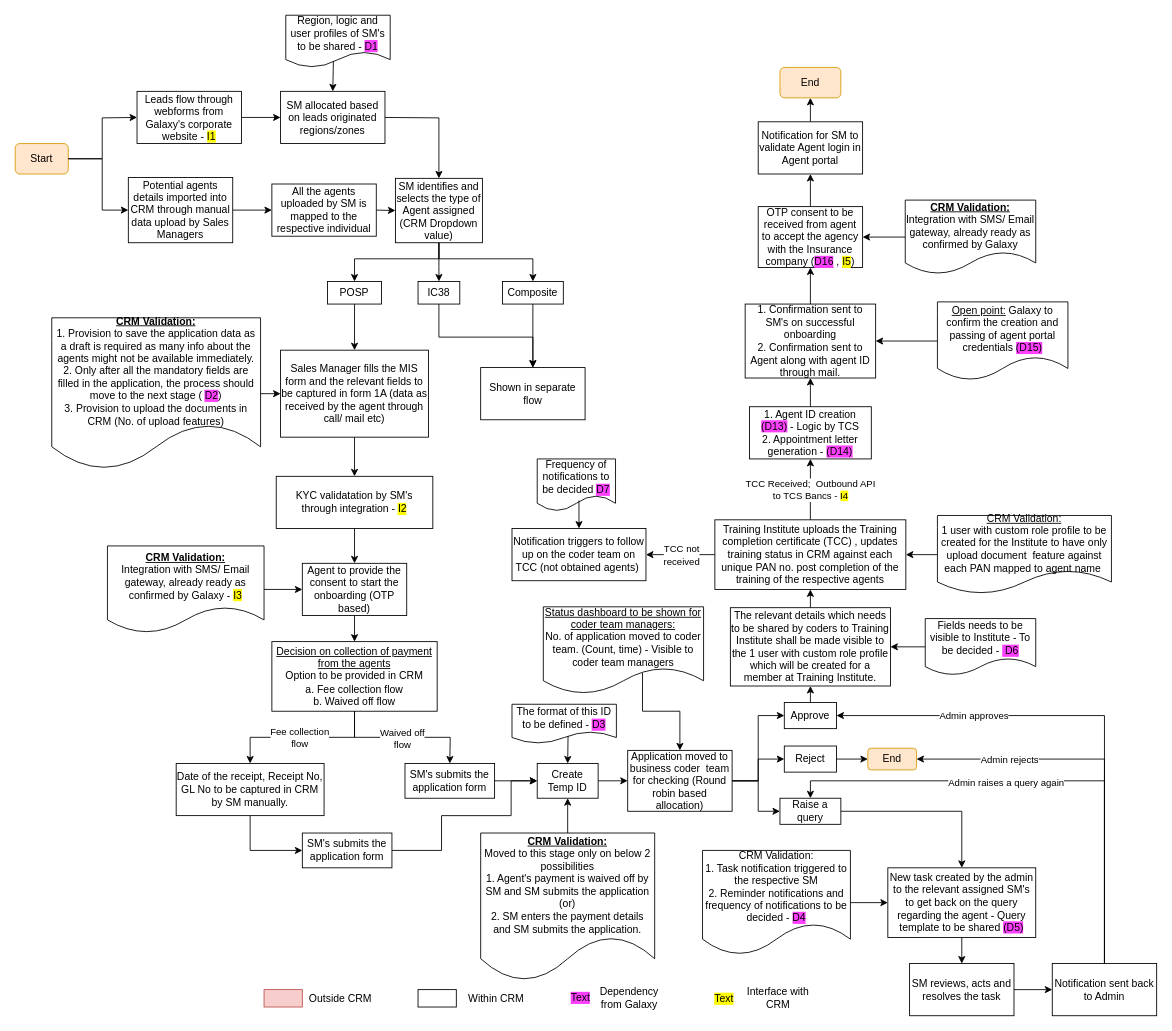
The draw.io diagram Agent Onboarding POSP.drawio in shaileshsreedar/Galaxy, before the edit. Source tidied: cells renumbered, new cells numbered last; positions are measured from the earlier drawing's top-left corner, leaving out a move shared by most shapes. Both pictures are drawn from the tidied source at 87%, with x=0, y=0 at pixel (15, 15).
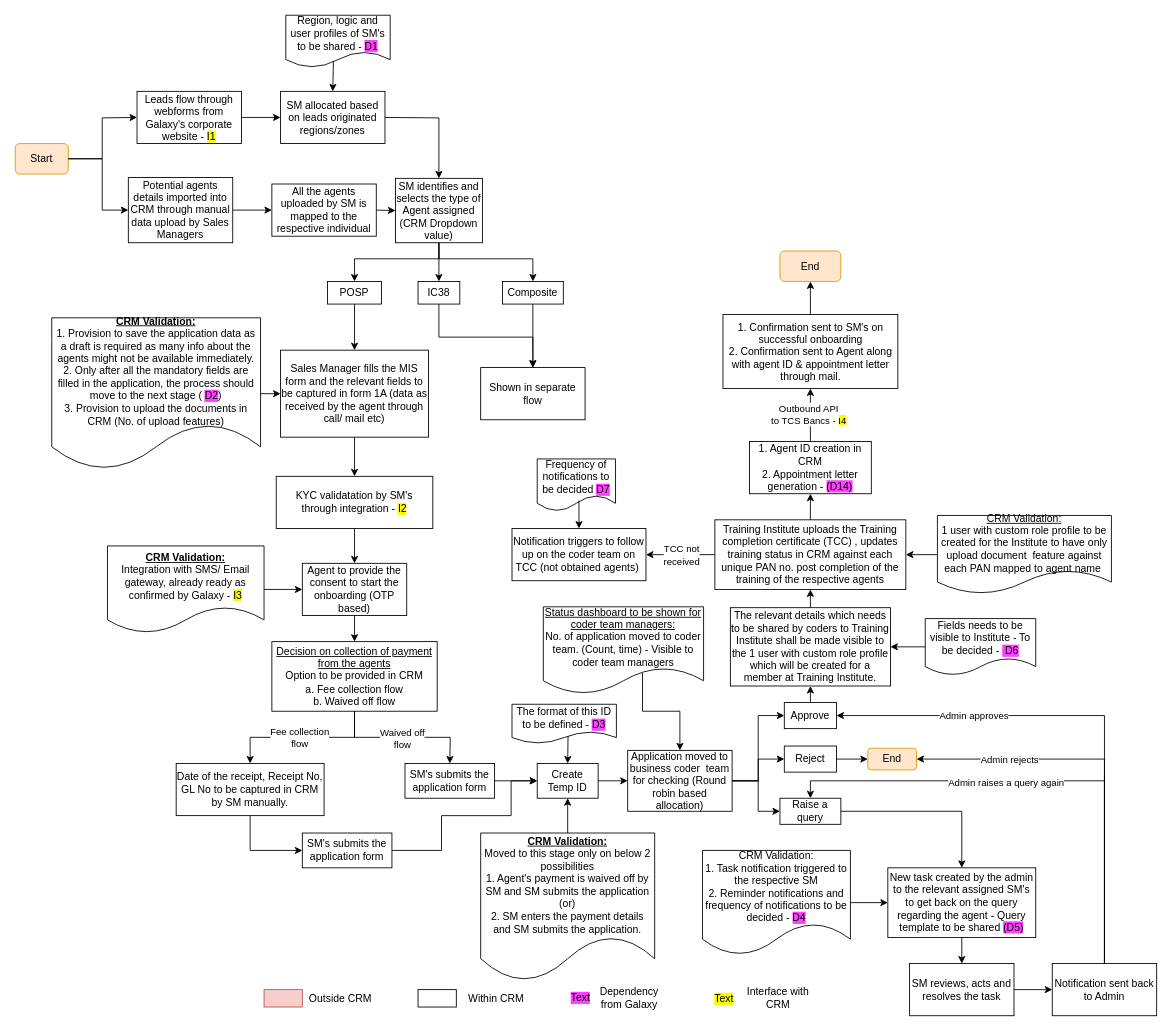
Above is the later version.

Unchanged cells that the change refers to:
```xml
<mxCell id="74" style="endArrow=classic;html=1;rounded=0;exitX=0.5;exitY=0;exitDx=0;exitDy=0;entryX=0.5;entryY=1;entryDx=0;entryDy=0;" parent="1" edge="1" source="67" target="68">
  <mxGeometry relative="1" as="geometry" />
</mxCell>
<mxCell id="108" style="endArrow=classic;html=1;rounded=0;exitX=0.5;exitY=0;exitDx=0;exitDy=0;entryX=0.5;entryY=1;entryDx=0;entryDy=0;" parent="1" edge="1" source="63" target="67">
  <mxGeometry relative="1" as="geometry" />
</mxCell>
```

Diff of the diagram source:
```diff
@@
-    <mxCell id="9" style="endArrow=classic;html=1;rounded=0;exitX=0.5;exitY=0;exitDx=0;exitDy=0;entryX=0.5;entryY=1;entryDx=0;entryDy=0;" parent="1" edge="1" source="69" target="13">
-      <mxGeometry relative="1" as="geometry" />
-    </mxCell>
@@
     <mxCell id="13" value="End" style="rounded=1;whiteSpace=wrap;html=1;fillColor=#ffe6cc;strokeColor=#d79b00;" parent="1" vertex="1">
-      <mxGeometry x="879" y="60" width="70" height="35" as="geometry" />
+      <mxGeometry x="879" y="271" width="70" height="35" as="geometry" />
     </mxCell>
@@
-    <mxCell id="67" value="1. Agent ID creation &lt;span style=&quot;background-color: rgb(255, 64, 255);&quot;&gt;(D13)&lt;/span&gt; - Logic by TCS&lt;div&gt;2. Appointment letter generation - &lt;span style=&quot;background-color: rgb(255, 64, 255);&quot;&gt;(D14)&lt;/span&gt;&lt;/div&gt;" style="rounded=0;whiteSpace=wrap;html=1;" parent="1" vertex="1">
-      <mxGeometry x="844" y="450" width="140" height="60" as="geometry" />
+    <mxCell id="67" value="1. Agent ID creation in CRM&lt;div&gt;2. Appointment letter generation - &lt;span style=&quot;background-color: rgb(255, 64, 255);&quot;&gt;(D14)&lt;/span&gt;&lt;/div&gt;" style="rounded=0;whiteSpace=wrap;html=1;" parent="1" vertex="1">
+      <mxGeometry x="844" y="490" width="140" height="60" as="geometry" />
     </mxCell>
-    <mxCell id="68" value="1. Confirmation sent to SM's on successful onboarding&lt;div&gt;2. Confirmation sent to Agent along with agent ID through mail.&lt;/div&gt;" style="rounded=0;whiteSpace=wrap;html=1;" parent="1" vertex="1">
-      <mxGeometry x="839" y="332" width="150" height="85" as="geometry" />
+    <mxCell id="68" value="1. Confirmation sent to SM's on successful onboarding&lt;div&gt;2. Confirmation sent to Agent along with agent ID &amp;amp; appointment letter through mail.&lt;/div&gt;" style="rounded=0;whiteSpace=wrap;html=1;" parent="1" vertex="1">
+      <mxGeometry x="813.5" y="344" width="201" height="85" as="geometry" />
     </mxCell>
-    <mxCell id="69" value="Notification for SM to validate Agent login in Agent portal" style="rounded=0;whiteSpace=wrap;html=1;" parent="1" vertex="1">
-      <mxGeometry x="854" y="122.5" width="120" height="60" as="geometry" />
-    </mxCell>
-    <mxCell id="70" style="endArrow=classic;html=1;rounded=0;exitX=0.5;exitY=0;exitDx=0;exitDy=0;entryX=0.5;entryY=1;entryDx=0;entryDy=0;" parent="1" edge="1" source="68" target="75">
+    <mxCell id="70" style="endArrow=classic;html=1;rounded=0;exitX=0.5;exitY=0;exitDx=0;exitDy=0;entryX=0.5;entryY=1;entryDx=0;entryDy=0;" parent="1" edge="1" source="68" target="13">
       <mxGeometry relative="1" as="geometry" />
     </mxCell>
@@
-    <mxCell id="75" value="OTP consent to be received from agent to accept the agency with the Insurance company (&lt;span style=&quot;background-color: rgb(255, 64, 255);&quot;&gt;D16&lt;/span&gt;&lt;span style=&quot;background-color: rgb(255, 255, 255);&quot;&gt;&amp;nbsp;, &lt;/span&gt;&lt;span style=&quot;background-color: rgb(255, 251, 0);&quot;&gt;I5&lt;/span&gt;)" style="rounded=0;whiteSpace=wrap;html=1;" parent="1" vertex="1">
-      <mxGeometry x="854" y="220" width="120" height="70" as="geometry" />
-    </mxCell>
-    <mxCell id="76" style="endArrow=classic;html=1;rounded=0;exitX=0.5;exitY=0;exitDx=0;exitDy=0;entryX=0.5;entryY=1;entryDx=0;entryDy=0;" parent="1" edge="1" source="75" target="69">
-      <mxGeometry relative="1" as="geometry" />
-    </mxCell>
+    <mxCell id="114" value="Outbound API&lt;div&gt;to TCS Bancs -&amp;nbsp;&lt;span style=&quot;background-color: rgb(255, 251, 0);&quot;&gt;I4&lt;/span&gt;&lt;/div&gt;" style="edgeLabel;html=1;align=center;verticalAlign=middle;" parent="74" vertex="1">
+      <mxGeometry x="0.1" y="3" relative="1" as="geometry">
+        <mxPoint y="2" as="offset" />
+      </mxGeometry>
+    </mxCell>
@@
-    <mxCell id="96" style="endArrow=classic;html=1;rounded=0;exitX=0;exitY=0.5;exitDx=0;exitDy=0;entryX=1;entryY=0.5;entryDx=0;entryDy=0;" parent="1" edge="1" source="101" target="68">
-      <mxGeometry relative="1" as="geometry" />
-    </mxCell>
@@
-    <mxCell id="101" value="&lt;u style=&quot;background-color: rgb(255, 255, 255);&quot;&gt;Open point:&lt;/u&gt;&amp;nbsp;Galaxy to confirm the creation and passing of agent portal credentials&amp;nbsp;&lt;span style=&quot;background-color: rgb(255, 64, 255);&quot;&gt;(D15)&lt;/span&gt;" style="shape=document;whiteSpace=wrap;html=1;boundedLbl=1;" parent="1" vertex="1">
-      <mxGeometry x="1060" y="329.5" width="150" height="90" as="geometry" />
-    </mxCell>
@@
-    <mxCell id="109" value="TCC Received; &amp;nbsp;Outbound API&lt;div&gt;&lt;div&gt;to TCS Bancs - &lt;span style=&quot;background-color: rgb(255, 251, 0);&quot;&gt;I4&lt;/span&gt;&lt;/div&gt;&lt;/div&gt;" style="edgeLabel;html=1;align=center;verticalAlign=middle;" parent="108" vertex="1">
-      <mxGeometry x="0.01" relative="1" as="geometry" />
-    </mxCell>
@@
-    <mxCell id="112" value="&lt;b&gt;&lt;u&gt;CRM Validation:&lt;/u&gt;&lt;/b&gt;&lt;div&gt;Integration with SMS/ Email gateway, already ready as confirmed by Galaxy&lt;/div&gt;" style="shape=document;whiteSpace=wrap;html=1;boundedLbl=1;" parent="1" vertex="1">
-      <mxGeometry x="1023" y="212.5" width="150" height="85" as="geometry" />
-    </mxCell>
-    <mxCell id="113" style="endArrow=classic;html=1;rounded=0;exitX=0;exitY=0.5;exitDx=0;exitDy=0;entryX=1;entryY=0.5;entryDx=0;entryDy=0;" parent="1" edge="1" source="112" target="75">
-      <mxGeometry relative="1" as="geometry" />
-    </mxCell>
```
